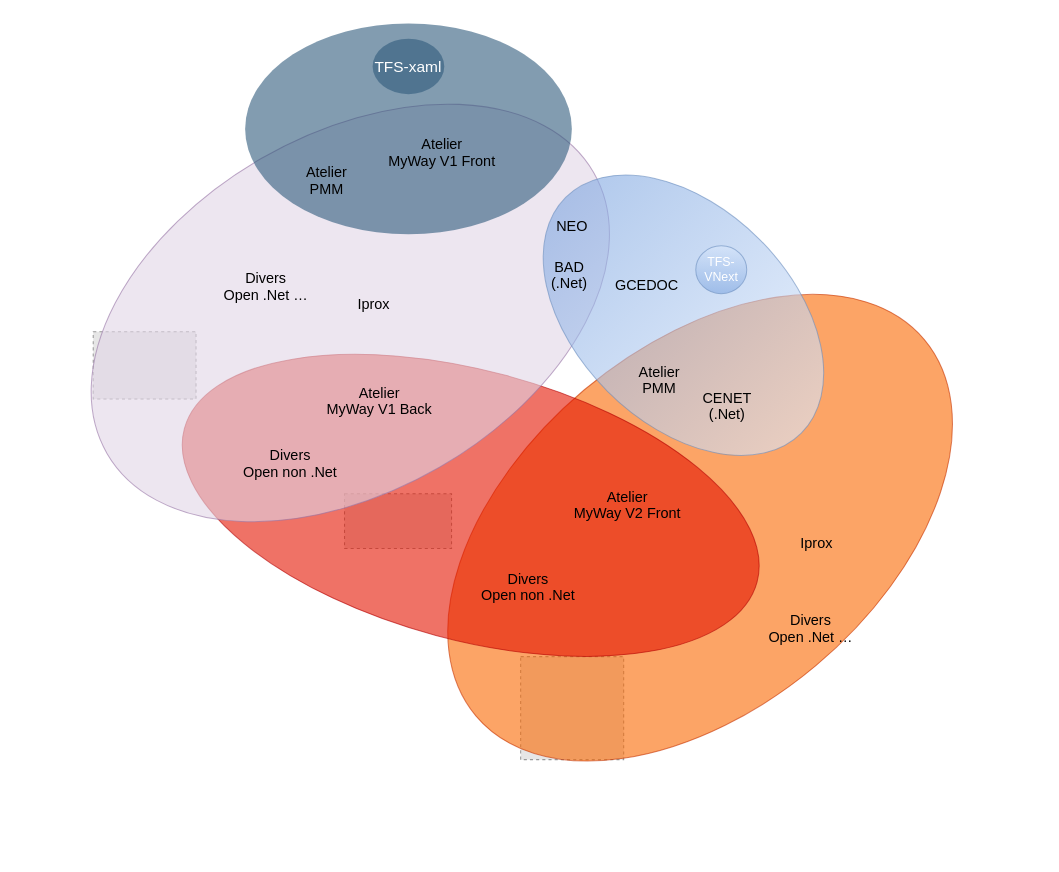
Earlier version of the draw.io diagram page "Page-1" (1 of 2) of cart_tfs_venn.drawio (jmrablat/diagrams). Source tidied: cells renumbered, new cells numbered last; positions are measured from the earlier drawing's top-left corner, leaving out a move shared by most shapes. Both pictures are drawn from the tidied source at 103%, with x=0, y=0 at pixel (69, 23). Pictures stored in the file or linked from it are replaced by grey dashed boxes.
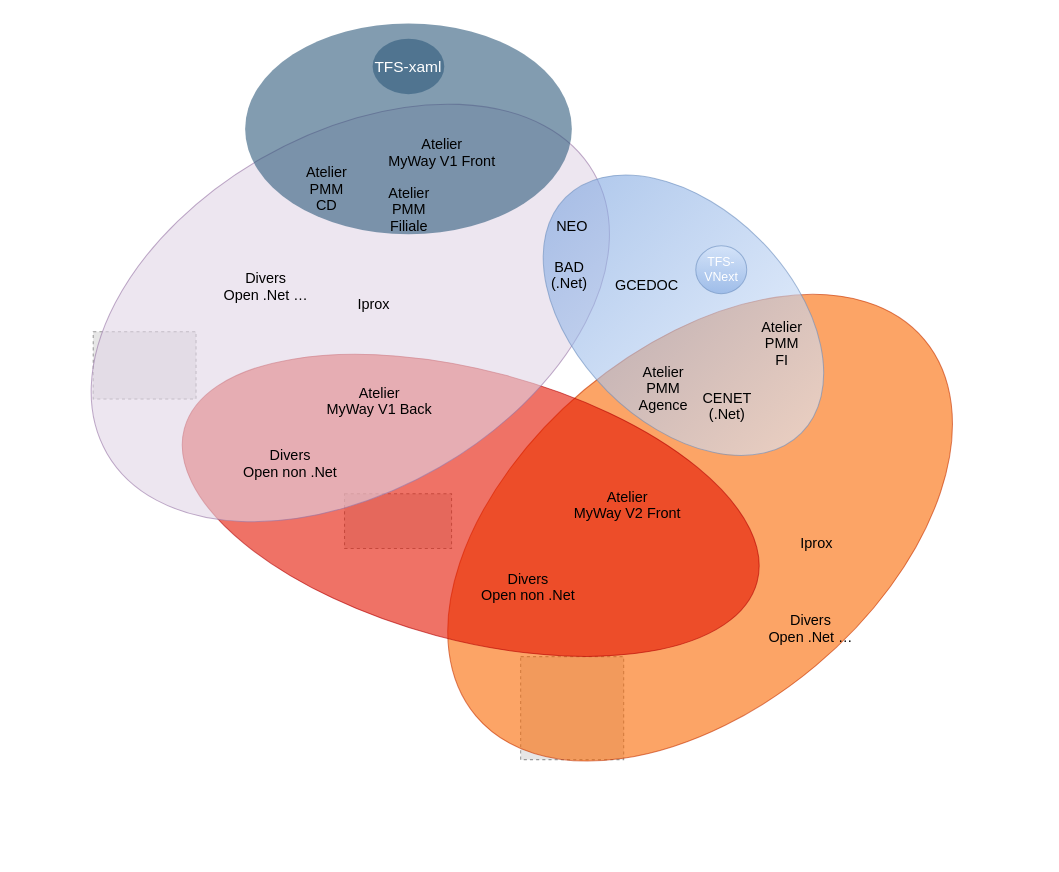
The same page after the edit.

Commit message:
ajout atelier PMM

Change to the diagram source:
```diff
@@
-    <mxCell id="12" value="&lt;p style=&quot;line-height: normal ; margin-top: 0pt ; margin-bottom: 0pt ; margin-right: 0in ; text-align: center ; direction: ltr ; unicode-bidi: embed&quot;&gt;&lt;span style=&quot;font-size: 10.5pt ; font-family: &amp;#34;arial&amp;#34; ; color: black&quot;&gt;Atelier&lt;br/&gt;PMM&lt;/span&gt;&lt;/p&gt;" style="text;spacingTop=-5;fontStyle=0;fontSize=14;html=1;fontColor=#FFFFFF;" parent="1" vertex="1">
+    <mxCell id="12" value="&lt;p style=&quot;line-height: normal ; margin-top: 0pt ; margin-bottom: 0pt ; margin-right: 0in ; text-align: center ; direction: ltr ; unicode-bidi: embed&quot;&gt;&lt;span style=&quot;font-size: 10.5pt ; font-family: &amp;#34;arial&amp;#34; ; color: black&quot;&gt;Atelier&lt;br&gt;PMM&lt;/span&gt;&lt;/p&gt;&lt;p style=&quot;line-height: normal ; margin-top: 0pt ; margin-bottom: 0pt ; margin-right: 0in ; text-align: center ; direction: ltr ; unicode-bidi: embed&quot;&gt;&lt;span style=&quot;font-size: 10.5pt ; font-family: &amp;#34;arial&amp;#34; ; color: black&quot;&gt;Agence&lt;/span&gt;&lt;/p&gt;" style="text;spacingTop=-5;fontStyle=0;fontSize=14;html=1;fontColor=#FFFFFF;" parent="1" vertex="1">
       <mxGeometry x="551.4" y="329" width="30" height="20" as="geometry" />
     </mxCell>
@@
-    <mxCell id="24" value="&lt;p style=&quot;line-height: normal ; margin-top: 0pt ; margin-bottom: 0pt ; margin-right: 0in ; text-align: center ; direction: ltr ; unicode-bidi: embed&quot;&gt;&lt;span style=&quot;font-size: 10.5pt ; font-family: &amp;#34;arial&amp;#34; ; color: black&quot;&gt;Atelier&lt;br/&gt;PMM&lt;/span&gt;&lt;/p&gt;" style="text;spacingTop=-5;fontStyle=0;fontSize=14;html=1;fontColor=#FFFFFF;" parent="1" vertex="1">
+    <mxCell id="24" value="&lt;p style=&quot;line-height: normal ; margin-top: 0pt ; margin-bottom: 0pt ; margin-right: 0in ; text-align: center ; direction: ltr ; unicode-bidi: embed&quot;&gt;&lt;span style=&quot;font-size: 10.5pt ; font-family: &amp;#34;arial&amp;#34; ; color: black&quot;&gt;Atelier&lt;br&gt;PMM&lt;/span&gt;&lt;/p&gt;&lt;p style=&quot;line-height: normal ; margin-top: 0pt ; margin-bottom: 0pt ; margin-right: 0in ; text-align: center ; direction: ltr ; unicode-bidi: embed&quot;&gt;&lt;span style=&quot;font-size: 10.5pt ; font-family: &amp;#34;arial&amp;#34; ; color: black&quot;&gt;CD&lt;/span&gt;&lt;/p&gt;" style="text;spacingTop=-5;fontStyle=0;fontSize=14;html=1;fontColor=#FFFFFF;" parent="1" vertex="1">
       <mxGeometry x="228" y="135" width="30" height="20" as="geometry" />
     </mxCell>
@@
+    <mxCell id="27" value="&lt;p style=&quot;line-height: normal ; margin-top: 0pt ; margin-bottom: 0pt ; margin-right: 0in ; text-align: center ; direction: ltr ; unicode-bidi: embed&quot;&gt;&lt;span style=&quot;font-size: 10.5pt ; font-family: &amp;#34;arial&amp;#34; ; color: black&quot;&gt;Atelier&lt;br&gt;PMM&lt;/span&gt;&lt;/p&gt;&lt;p style=&quot;line-height: normal ; margin-top: 0pt ; margin-bottom: 0pt ; margin-right: 0in ; text-align: center ; direction: ltr ; unicode-bidi: embed&quot;&gt;&lt;font color=&quot;#000000&quot; face=&quot;arial&quot;&gt;Filiale&lt;/font&gt;&lt;/p&gt;" style="text;spacingTop=-5;fontStyle=0;fontSize=14;html=1;fontColor=#FFFFFF;" parent="1" vertex="1">
+      <mxGeometry x="308" y="155" width="30" height="30" as="geometry" />
+    </mxCell>
+    <mxCell id="28" value="&lt;p style=&quot;line-height: normal ; margin-top: 0pt ; margin-bottom: 0pt ; margin-right: 0in ; text-align: center ; direction: ltr ; unicode-bidi: embed&quot;&gt;&lt;span style=&quot;font-size: 10.5pt ; font-family: &amp;#34;arial&amp;#34; ; color: black&quot;&gt;Atelier&lt;br&gt;PMM&lt;/span&gt;&lt;/p&gt;&lt;p style=&quot;line-height: normal ; margin-top: 0pt ; margin-bottom: 0pt ; margin-right: 0in ; text-align: center ; direction: ltr ; unicode-bidi: embed&quot;&gt;&lt;span style=&quot;font-size: 10.5pt ; font-family: &amp;#34;arial&amp;#34; ; color: black&quot;&gt;FI&lt;/span&gt;&lt;/p&gt;" style="text;spacingTop=-5;fontStyle=0;fontSize=14;html=1;fontColor=#FFFFFF;" parent="1" vertex="1">
+      <mxGeometry x="670.4" y="285" width="30" height="20" as="geometry" />
+    </mxCell>
```
